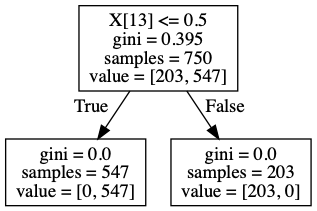
Before: tree.png, a diagram exported from Graphviz (kjmj/ai-decision-tree). Its source is kept beside it as tree.dot.
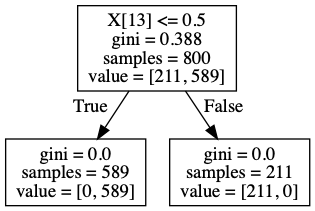
After the commit.

The edit, as a diff of the source:
```diff
@@ -1,8 +1,8 @@
 digraph Tree {
 node [shape=box] ;
-0 [label="X[13] <= 0.5\ngini = 0.395\nsamples = 750\nvalue = [203, 547]"] ;
-1 [label="gini = 0.0\nsamples = 547\nvalue = [0, 547]"] ;
+0 [label="X[13] <= 0.5\ngini = 0.388\nsamples = 800\nvalue = [211, 589]"] ;
+1 [label="gini = 0.0\nsamples = 589\nvalue = [0, 589]"] ;
 0 -> 1 [labeldistance=2.5, labelangle=45, headlabel="True"] ;
-2 [label="gini = 0.0\nsamples = 203\nvalue = [203, 0]"] ;
+2 [label="gini = 0.0\nsamples = 211\nvalue = [211, 0]"] ;
 0 -> 2 [labeldistance=2.5, labelangle=-45, headlabel="False"] ;
 }
```
